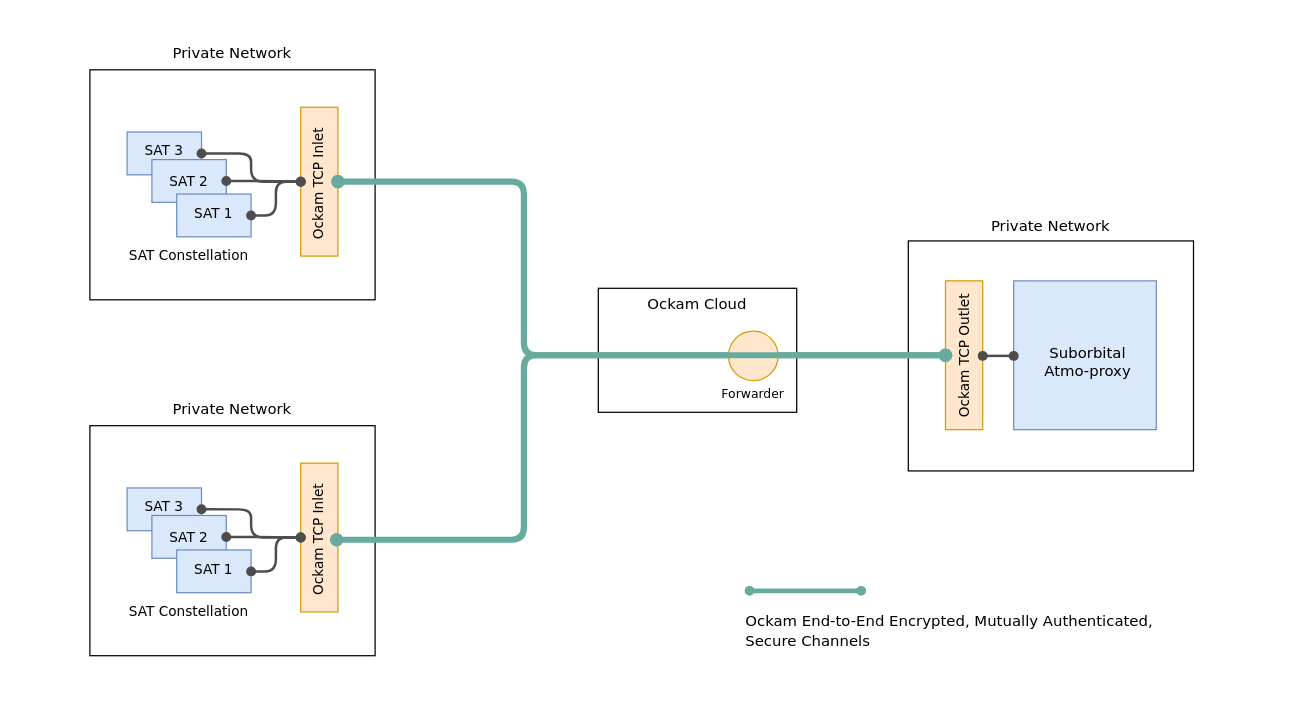
build-trust/ockam keeps this draw.io diagram as integrations/suborbital/ockam-suborbital.drawio. Above is the earlier version. Source tidied: cells renumbered, new cells numbered last; positions are measured from the earlier drawing's top-left corner, leaving out a move shared by most shapes. Both pictures are drawn from the tidied source at 124%, with x=0, y=0 at pixel (20, 21).
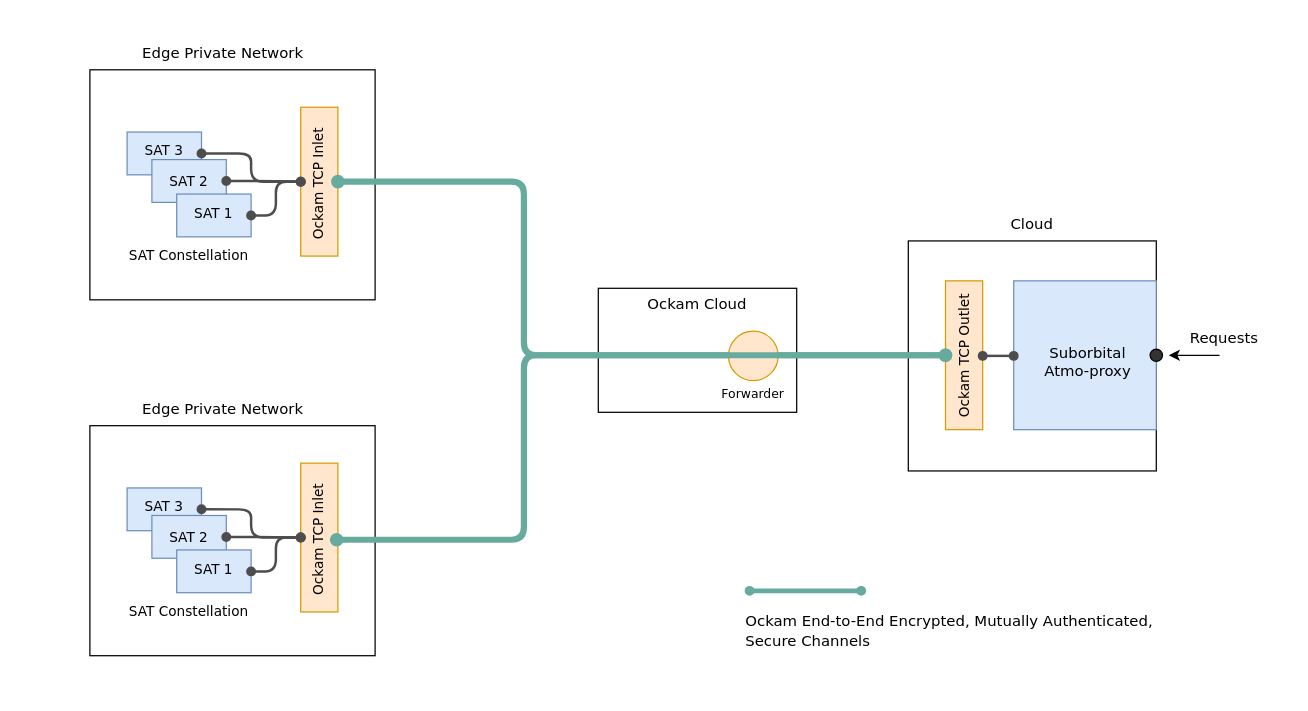
The same page after the edit.

Commit message (it also covers changes not shown here):
docs: improve suborbital integration readme and diagram

Diff of the diagram source:
```diff
@@
     <mxCell id="3" style="rounded=0;whiteSpace=wrap;html=1;fontFamily=Verdana;" parent="1" vertex="1">
-      <mxGeometry x="716" y="176.8" width="230" height="185.5" as="geometry" />
+      <mxGeometry x="716" y="176.8" width="200" height="185.5" as="geometry" />
     </mxCell>
@@
-    <mxCell id="10" value="&lt;font style=&quot;font-size: 12px&quot;&gt;Private Network&lt;/font&gt;" style="text;html=1;strokeColor=none;fillColor=none;align=center;verticalAlign=middle;whiteSpace=wrap;rounded=0;fontSize=16;fontFamily=Verdana;" parent="1" vertex="1">
-      <mxGeometry x="121" y="8.8" width="100" height="30" as="geometry" />
+    <mxCell id="10" value="&lt;font style=&quot;font-size: 12px&quot;&gt;Edge Private Network&lt;/font&gt;" style="text;html=1;strokeColor=none;fillColor=none;align=center;verticalAlign=middle;whiteSpace=wrap;rounded=0;fontSize=16;fontFamily=Verdana;" parent="1" vertex="1">
+      <mxGeometry x="86" y="8.8" width="155" height="30" as="geometry" />
     </mxCell>
@@
-    <mxCell id="24" value="&lt;font style=&quot;font-size: 12px&quot;&gt;Private Network&lt;/font&gt;" style="text;html=1;strokeColor=none;fillColor=none;align=center;verticalAlign=middle;whiteSpace=wrap;rounded=0;fontSize=16;fontFamily=Verdana;" parent="1" vertex="1">
-      <mxGeometry x="121" y="295.8" width="100" height="30" as="geometry" />
-    </mxCell>
@@
-    <mxCell id="38" value="&lt;font style=&quot;font-size: 12px&quot;&gt;Private Network&lt;/font&gt;" style="text;html=1;strokeColor=none;fillColor=none;align=center;verticalAlign=middle;whiteSpace=wrap;rounded=0;fontSize=16;fontFamily=Verdana;" parent="1" vertex="1">
-      <mxGeometry x="781" y="147.8" width="100" height="30" as="geometry" />
-    </mxCell>
@@
+    <mxCell id="46" style="ellipse;whiteSpace=wrap;html=1;fillColor=#333333;" parent="1" vertex="1">
+      <mxGeometry x="911" y="264" width="10" height="10" as="geometry" />
+    </mxCell>
+    <mxCell id="47" style="endArrow=classic;html=1;rounded=0;" parent="1" edge="1">
+      <mxGeometry relative="1" as="geometry">
+        <mxPoint x="967" y="269" as="sourcePoint" />
+        <mxPoint x="926" y="269" as="targetPoint" />
+      </mxGeometry>
+    </mxCell>
+    <mxCell id="48" value="&lt;font style=&quot;font-size: 12px&quot;&gt;Requests&lt;/font&gt;" style="text;html=1;strokeColor=none;fillColor=none;align=center;verticalAlign=middle;whiteSpace=wrap;rounded=0;fontSize=16;fontFamily=Verdana;" parent="1" vertex="1">
+      <mxGeometry x="921" y="239" width="100" height="30" as="geometry" />
+    </mxCell>
+    <mxCell id="49" value="&lt;font style=&quot;font-size: 12px&quot;&gt;Cloud&lt;/font&gt;" style="text;html=1;strokeColor=none;fillColor=none;align=center;verticalAlign=middle;whiteSpace=wrap;rounded=0;fontSize=16;fontFamily=Verdana;" parent="1" vertex="1">
+      <mxGeometry x="766" y="147" width="100" height="30" as="geometry" />
+    </mxCell>
+    <mxCell id="50" value="&lt;font style=&quot;font-size: 12px&quot;&gt;Edge Private Network&lt;/font&gt;" style="text;html=1;strokeColor=none;fillColor=none;align=center;verticalAlign=middle;whiteSpace=wrap;rounded=0;fontSize=16;fontFamily=Verdana;" parent="1" vertex="1">
+      <mxGeometry x="86" y="295.8" width="155" height="30" as="geometry" />
+    </mxCell>
```
